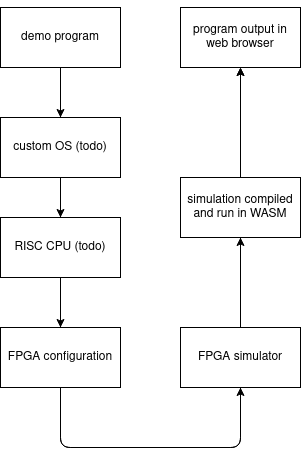
Earlier version of the draw.io export static/p3_diagram.png (danbrodsky/site). Source tidied: cells renumbered, new cells last; positions are measured from the earlier drawing's top-left corner, leaving out a move shared by most shapes.
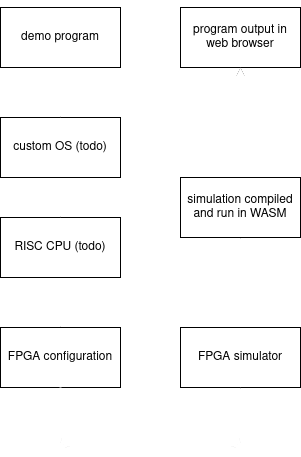
Above is the later version.

What changed in the source:
```diff
@@ -14,28 +14,28 @@
     <mxCell id="3" value="program output in web browser" style="rounded=0;whiteSpace=wrap;html=1;" parent="1" vertex="1">
       <mxGeometry x="180" width="120" height="60" as="geometry" />
     </mxCell>
-    <mxCell id="4" style="edgeStyle=none;rounded=0;jettySize=auto;html=1;exitX=0.5;exitY=0;exitDx=0;exitDy=0;" parent="1" edge="1" source="5" target="12">
+    <mxCell id="4" style="edgeStyle=none;rounded=0;jettySize=auto;html=1;exitX=0.5;exitY=0;exitDx=0;exitDy=0;strokeColor=#FFFFFF;strokeWidth=2;" parent="1" edge="1" source="5" target="12">
       <mxGeometry relative="1" as="geometry" />
     </mxCell>
     <mxCell id="5" value="FPGA simulator" style="rounded=0;whiteSpace=wrap;html=1;" parent="1" vertex="1">
       <mxGeometry x="180" y="320" width="120" height="60" as="geometry" />
     </mxCell>
-    <mxCell id="6" style="edgeStyle=none;rounded=0;jettySize=auto;html=1;entryX=0.5;entryY=0;entryDx=0;entryDy=0;" parent="1" edge="1" source="7" target="13">
+    <mxCell id="6" style="edgeStyle=none;rounded=0;jettySize=auto;html=1;entryX=0.5;entryY=0;entryDx=0;entryDy=0;strokeWidth=2;strokeColor=#FFFFFF;" parent="1" edge="1" source="7" target="13">
       <mxGeometry relative="1" as="geometry" />
     </mxCell>
     <mxCell id="7" value="RISC CPU (todo)" style="rounded=0;whiteSpace=wrap;html=1;" parent="1" vertex="1">
       <mxGeometry y="210" width="120" height="60" as="geometry" />
     </mxCell>
-    <mxCell id="8" style="edgeStyle=none;rounded=0;jettySize=auto;html=1;" parent="1" edge="1" source="9" target="7">
+    <mxCell id="8" style="edgeStyle=none;rounded=0;jettySize=auto;html=1;strokeColor=#FFFFFF;strokeWidth=2;" parent="1" edge="1" source="9" target="7">
       <mxGeometry relative="1" as="geometry" />
     </mxCell>
     <mxCell id="9" value="custom OS (todo)" style="rounded=0;whiteSpace=wrap;html=1;" parent="1" vertex="1">
       <mxGeometry y="110" width="120" height="60" as="geometry" />
     </mxCell>
-    <mxCell id="10" style="rounded=0;jettySize=auto;html=1;entryX=0.5;entryY=0;entryDx=0;entryDy=0;" parent="1" edge="1" source="14" target="9">
+    <mxCell id="10" style="rounded=0;jettySize=auto;html=1;entryX=0.5;entryY=0;entryDx=0;entryDy=0;strokeWidth=2;shadow=0;sketch=0;endWidth=12;strokeColor=#FFFFFF;" parent="1" edge="1" source="14" target="9">
       <mxGeometry relative="1" as="geometry" />
     </mxCell>
-    <mxCell id="11" style="edgeStyle=none;rounded=0;jettySize=auto;html=1;entryX=0.5;entryY=1;entryDx=0;entryDy=0;" parent="1" edge="1" source="12" target="3">
+    <mxCell id="11" style="edgeStyle=none;rounded=0;jettySize=auto;html=1;entryX=0.5;entryY=1;entryDx=0;entryDy=0;strokeColor=#FFFFFF;strokeWidth=2;" parent="1" edge="1" source="12" target="3">
       <mxGeometry relative="1" as="geometry" />
     </mxCell>
     <mxCell id="12" value="simulation compiled and run in WASM" style="rounded=0;whiteSpace=wrap;html=1;" parent="1" vertex="1">
@@ -47,7 +47,7 @@
     <mxCell id="14" value="demo program" style="rounded=0;whiteSpace=wrap;html=1;" parent="1" vertex="1">
       <mxGeometry width="120" height="60" as="geometry" />
     </mxCell>
-    <mxCell id="15" style="endArrow=classic;html=1;edgeStyle=elbowEdgeStyle;elbow=vertical;entryX=0.5;entryY=1;entryDx=0;entryDy=0;exitX=0.5;exitY=1;exitDx=0;exitDy=0;" parent="1" edge="1" source="13" target="5">
+    <mxCell id="15" style="endArrow=classic;html=1;edgeStyle=elbowEdgeStyle;elbow=vertical;entryX=0.5;entryY=1;entryDx=0;entryDy=0;exitX=0.5;exitY=1;exitDx=0;exitDy=0;strokeColor=#FFFFFF;strokeWidth=2;" parent="1" edge="1" source="13" target="5">
       <mxGeometry relative="1" as="geometry">
         <Array as="points">
           <mxPoint x="150" y="440" />
```
